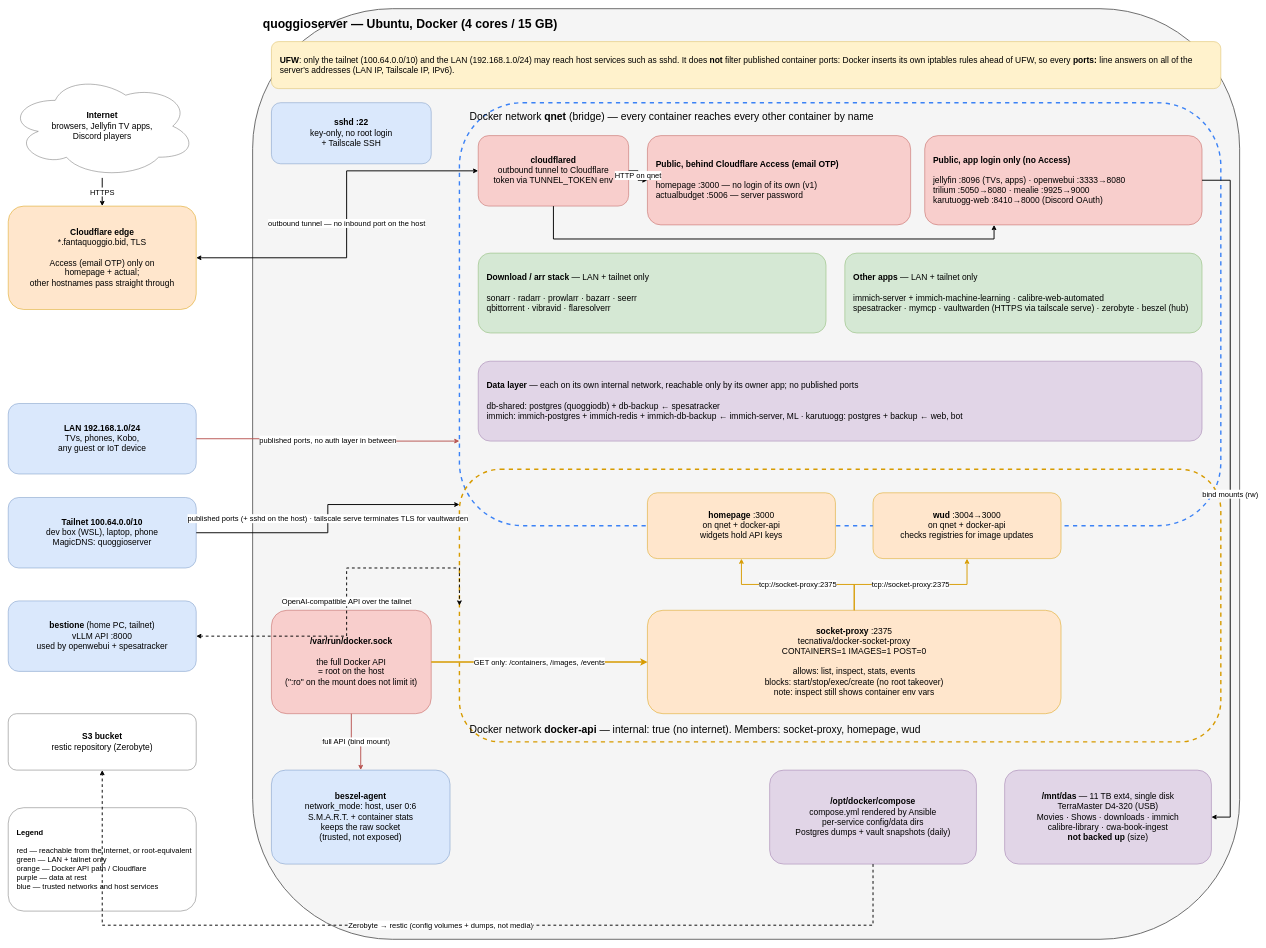
Earlier version of the draw.io diagram docs/architecture.drawio (chquaggio/homeserver). Source tidied: cells renumbered, new cells numbered last; positions are measured from the earlier drawing's top-left corner, leaving out a move shared by most shapes. Both pictures are drawn from the tidied source at 47%, with x=0, y=0 at pixel (8, 8).
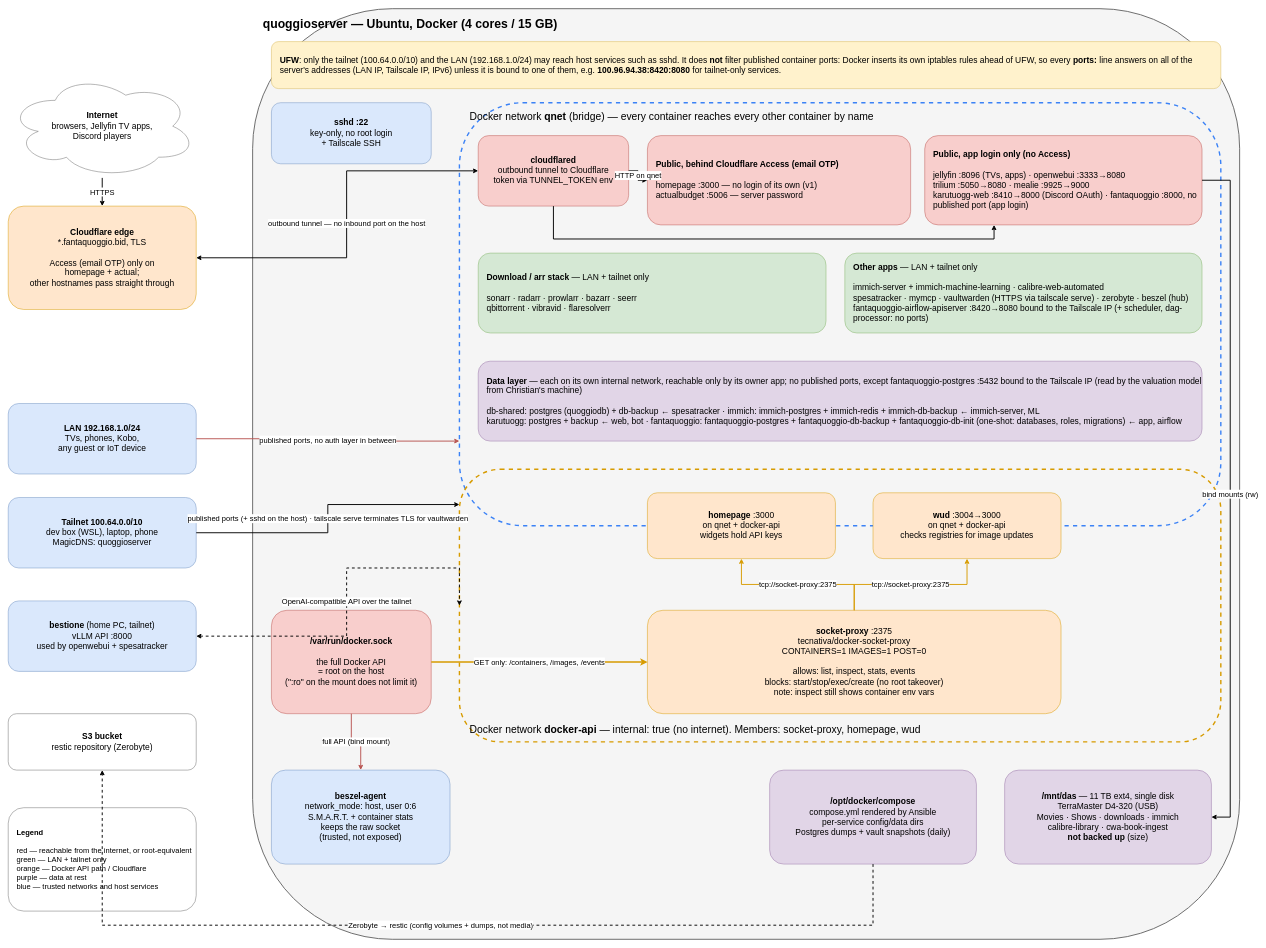
Above is the later version.

Commit message (it also covers changes not shown here):
feat(containers): add FantaQuoggio app and its Airflow pipeline

Change to the diagram source:
```diff
@@
-    <mxCell id="3" value="&lt;b&gt;UFW&lt;/b&gt;: only the tailnet (100.64.0.0/10) and the LAN (192.168.1.0/24) may reach host services such as sshd. It does &lt;b&gt;not&lt;/b&gt; filter published container ports: Docker inserts its own iptables rules ahead of UFW, so every &lt;b&gt;ports:&lt;/b&gt; line answers on all of the server's addresses (LAN IP, Tailscale IP, IPv6)." style="rounded=1;whiteSpace=wrap;html=1;fillColor=#fff2cc;strokeColor=#d6b656;fontSize=18;align=left;spacingLeft=16;spacingRight=16;" parent="1" vertex="1">
+    <mxCell id="3" value="&lt;b&gt;UFW&lt;/b&gt;: only the tailnet (100.64.0.0/10) and the LAN (192.168.1.0/24) may reach host services such as sshd. It does &lt;b&gt;not&lt;/b&gt; filter published container ports: Docker inserts its own iptables rules ahead of UFW, so every &lt;b&gt;ports:&lt;/b&gt; line answers on all of the server's addresses (LAN IP, Tailscale IP, IPv6) unless it is bound to one of them, e.g. &lt;b&gt;100.96.94.38:8420:8080&lt;/b&gt; for tailnet-only services." style="rounded=1;whiteSpace=wrap;html=1;fillColor=#fff2cc;strokeColor=#d6b656;fontSize=18;align=left;spacingLeft=16;spacingRight=16;" parent="1" vertex="1">
       <mxGeometry x="560" y="70" width="2020" height="100" as="geometry" />
     </mxCell>
@@
-    <mxCell id="9" value="&lt;b&gt;Public, app login only (no Access)&lt;/b&gt;&lt;br&gt;&lt;br&gt;jellyfin :8096 (TVs, apps) · openwebui :3333→8080&lt;br&gt;trilium :5050→8080 · mealie :9925→9000&lt;br&gt;karutuogg-web :8410→8000 (Discord OAuth)" style="rounded=1;whiteSpace=wrap;html=1;fillColor=#f8cecc;strokeColor=#b85450;fontSize=18;align=left;spacingLeft=16;" parent="1" vertex="1">
+    <mxCell id="9" value="&lt;b&gt;Public, app login only (no Access)&lt;/b&gt;&lt;br&gt;&lt;br&gt;jellyfin :8096 (TVs, apps) · openwebui :3333→8080&lt;br&gt;trilium :5050→8080 · mealie :9925→9000&lt;br&gt;karutuogg-web :8410→8000 (Discord OAuth) · fantaquoggio :8000, no published port (app login)" style="rounded=1;whiteSpace=wrap;html=1;fillColor=#f8cecc;strokeColor=#b85450;fontSize=18;align=left;spacingLeft=16;" parent="1" vertex="1">
       <mxGeometry x="1950" y="270" width="590" height="190" as="geometry" />
     </mxCell>
@@
-    <mxCell id="11" value="&lt;b&gt;Other apps&lt;/b&gt; — LAN + tailnet only&lt;br&gt;&lt;br&gt;immich-server + immich-machine-learning · calibre-web-automated&lt;br&gt;spesatracker · mymcp · vaultwarden (HTTPS via tailscale serve) · zerobyte · beszel (hub)" style="rounded=1;whiteSpace=wrap;html=1;fillColor=#d5e8d4;strokeColor=#82b366;fontSize=18;align=left;spacingLeft=16;" parent="1" vertex="1">
+    <mxCell id="11" value="&lt;b&gt;Other apps&lt;/b&gt; — LAN + tailnet only&lt;br&gt;&lt;br&gt;immich-server + immich-machine-learning · calibre-web-automated&lt;br&gt;spesatracker · mymcp · vaultwarden (HTTPS via tailscale serve) · zerobyte · beszel (hub)&lt;br&gt;fantaquoggio-airflow-apiserver :8420→8080 bound to the Tailscale IP (+ scheduler, dag-processor: no ports)" style="rounded=1;whiteSpace=wrap;html=1;fillColor=#d5e8d4;strokeColor=#82b366;fontSize=18;align=left;spacingLeft=16;" parent="1" vertex="1">
       <mxGeometry x="1780" y="520" width="760" height="170" as="geometry" />
     </mxCell>
-    <mxCell id="12" value="&lt;b&gt;Data layer&lt;/b&gt; — each on its own internal network, reachable only by its owner app; no published ports&lt;br&gt;&lt;br&gt;db-shared: postgres (quoggiodb) + db-backup ← spesatracker&lt;br&gt;immich: immich-postgres + immich-redis + immich-db-backup ← immich-server, ML · karutuogg: postgres + backup ← web, bot" style="rounded=1;whiteSpace=wrap;html=1;fillColor=#e1d5e7;strokeColor=#9673a6;fontSize=18;align=left;spacingLeft=16;" parent="1" vertex="1">
+    <mxCell id="12" value="&lt;b&gt;Data layer&lt;/b&gt; — each on its own internal network, reachable only by its owner app; no published ports, except fantaquoggio-postgres :5432 bound to the Tailscale IP (read by the valuation model from Christian's machine)&lt;br&gt;&lt;br&gt;db-shared: postgres (quoggiodb) + db-backup ← spesatracker · immich: immich-postgres + immich-redis + immich-db-backup ← immich-server, ML&lt;br&gt;karutuogg: postgres + backup ← web, bot · fantaquoggio: fantaquoggio-postgres + fantaquoggio-db-backup + fantaquoggio-db-init (one-shot: databases, roles, migrations) ← app, airflow" style="rounded=1;whiteSpace=wrap;html=1;fillColor=#e1d5e7;strokeColor=#9673a6;fontSize=18;align=left;spacingLeft=16;" parent="1" vertex="1">
       <mxGeometry x="1000" y="750" width="1540" height="170" as="geometry" />
     </mxCell>
```
